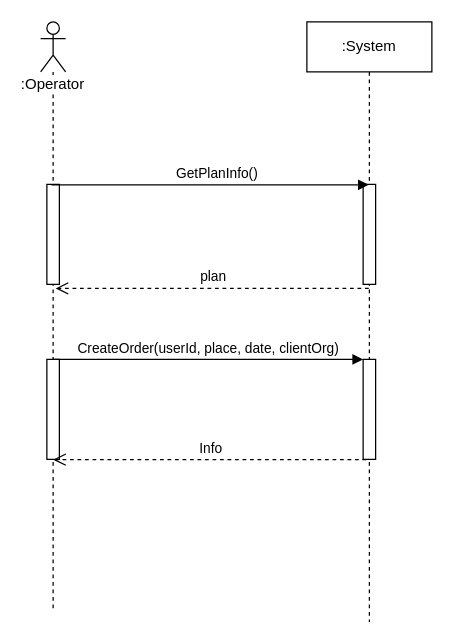
This is Lab3/Бугаков/1Прецедент.drawio from denissfloww/Information-systems-design, a draw.io file, before an edit. Source tidied: cells renumbered, new cells numbered last; positions are measured from the earlier drawing's top-left corner, leaving out a move shared by most shapes. Both pictures are drawn from the tidied source at 125%, with x=0, y=0 at pixel (40, 21).
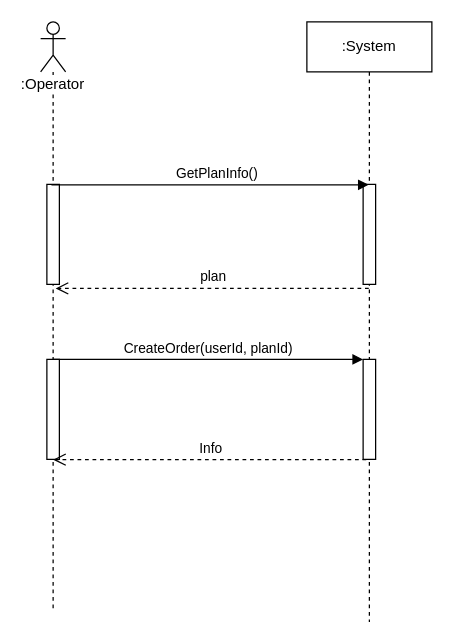
The same page after the edit.

What changed in the source:
```diff
@@
 <mxGraphModel>
   <root>
     <mxCell id="0" />
     <mxCell id="1" parent="0" />
     <mxCell id="2" value=":System" style="shape=umlLifeline;perimeter=lifelinePerimeter;whiteSpace=wrap;html=1;outlineConnect=0;" parent="1" vertex="1">
       <mxGeometry x="213" width="100" height="480" as="geometry" />
     </mxCell>
     <mxCell id="3" style="html=1;perimeter=orthogonalPerimeter;" parent="2" vertex="1">
       <mxGeometry x="45" y="130" width="10" height="80" as="geometry" />
     </mxCell>
     <mxCell id="4" style="html=1;perimeter=orthogonalPerimeter;" parent="2" vertex="1">
       <mxGeometry x="45" y="270" width="10" height="80" as="geometry" />
     </mxCell>
     <mxCell id="5" value=":Operator" style="shape=umlLifeline;participant=umlActor;perimeter=lifelinePerimeter;whiteSpace=wrap;html=1;verticalAlign=top;spacingTop=36;labelBackgroundColor=#ffffff;outlineConnect=0;" parent="1" vertex="1">
       <mxGeometry width="20" height="470" as="geometry" />
     </mxCell>
     <mxCell id="6" style="html=1;points=[];perimeter=orthogonalPerimeter;" parent="5" vertex="1">
       <mxGeometry x="5" y="130" width="10" height="80" as="geometry" />
     </mxCell>
     <mxCell id="7" style="html=1;perimeter=orthogonalPerimeter;" parent="5" vertex="1">
       <mxGeometry x="5" y="270" width="10" height="80" as="geometry" />
     </mxCell>
     <mxCell id="8" value="GetPlanInfo()" style="html=1;verticalAlign=bottom;endArrow=block;exitX=0.367;exitY=0.004;exitDx=0;exitDy=0;exitPerimeter=0;" parent="1" edge="1" source="6" target="2">
       <mxGeometry x="0.04" relative="1" as="geometry" />
     </mxCell>
     <mxCell id="9" value="plan" style="html=1;verticalAlign=bottom;endArrow=open;dashed=1;endSize=8;entryX=0.703;entryY=1.04;entryDx=0;entryDy=0;entryPerimeter=0;" parent="1" edge="1" source="2" target="6">
       <mxGeometry relative="1" as="geometry" />
     </mxCell>
-    <mxCell id="10" value="CreateOrder(userId, place, date, clientOrg)" style="html=1;verticalAlign=bottom;endArrow=block;" parent="1" edge="1" source="5">
+    <mxCell id="10" value="CreateOrder(userId, planId)" style="html=1;verticalAlign=bottom;endArrow=block;" parent="1" edge="1" source="5">
       <mxGeometry relative="1" as="geometry">
         <mxPoint x="258" y="270" as="targetPoint" />
       </mxGeometry>
     </mxCell>
     <mxCell id="11" value="Info" style="html=1;verticalAlign=bottom;endArrow=open;dashed=1;endSize=8;entryX=0.703;entryY=1.04;entryDx=0;entryDy=0;entryPerimeter=0;" parent="1" edge="1">
       <mxGeometry relative="1" as="geometry">
         <mxPoint x="260.5" y="350.2" as="sourcePoint" />
         <mxPoint x="10" y="350.2" as="targetPoint" />
       </mxGeometry>
     </mxCell>
   </root>
 </mxGraphModel>
```
